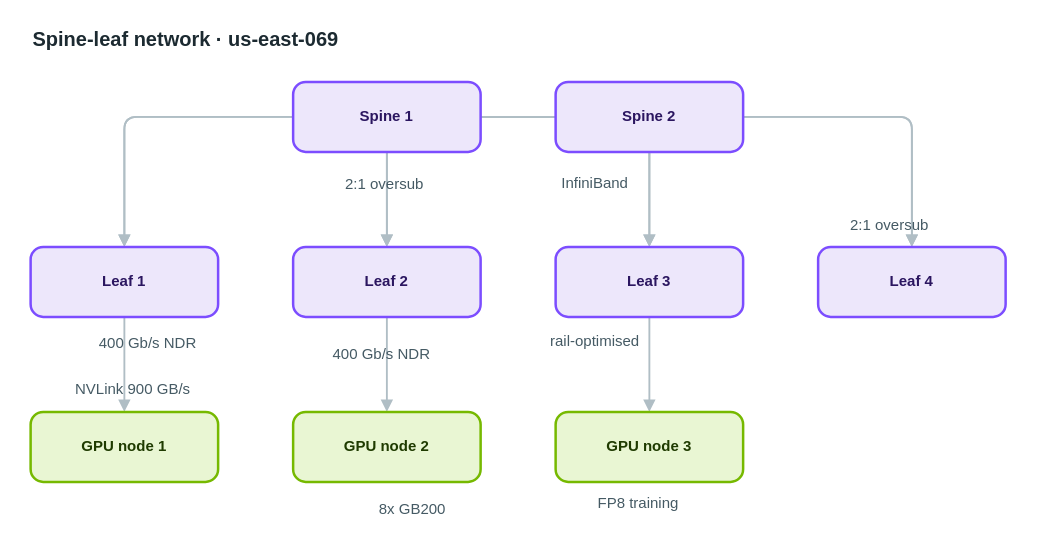
Before: apps/web/public/samples/library/069-spine-leaf-network.drawio in AryanG01/open-apprentice, a draw.io diagram. Source tidied: cells renumbered, new cells numbered last; positions are measured from the earlier drawing's top-left corner, leaving out a move shared by most shapes. Both pictures are drawn from the tidied source at 125%, with x=0, y=0 at pixel (30, 21).
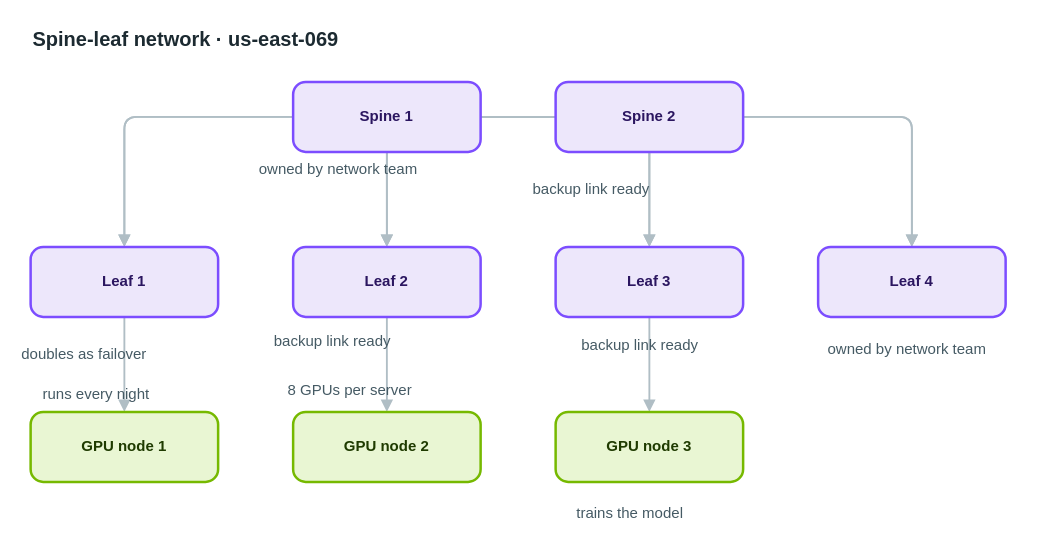
The same diagram, later.

The edit, as a diff of the source:
```diff
@@
-    <mxCell id="23" value="2:1 oversub" style="text;html=1;align=left;verticalAlign=top;whiteSpace=nowrap;spacing=0;spacingTop=0;strokeColor=none;fillColor=none;fontSize=12;fontColor=#455a64;" parent="1" vertex="1">
-      <mxGeometry x="252" y="118" width="89" height="20" as="geometry" />
+    <mxCell id="23" value="owned by network team" style="text;html=1;align=left;verticalAlign=top;whiteSpace=nowrap;spacing=0;spacingTop=0;strokeColor=none;fillColor=none;fontSize=12;fontColor=#455a64;" parent="1" vertex="1">
+      <mxGeometry x="183" y="106" width="159" height="20" as="geometry" />
     </mxCell>
-    <mxCell id="24" value="InfiniBand" style="text;html=1;align=left;verticalAlign=top;whiteSpace=nowrap;spacing=0;spacingTop=0;strokeColor=none;fillColor=none;fontSize=12;fontColor=#455a64;" parent="1" vertex="1">
-      <mxGeometry x="425" y="117" width="82" height="20" as="geometry" />
+    <mxCell id="24" value="backup link ready" style="text;html=1;align=left;verticalAlign=top;whiteSpace=nowrap;spacing=0;spacingTop=0;strokeColor=none;fillColor=none;fontSize=12;fontColor=#455a64;" parent="1" vertex="1">
+      <mxGeometry x="402" y="122" width="131" height="20" as="geometry" />
     </mxCell>
-    <mxCell id="25" value="400 Gb/s NDR" style="text;html=1;align=left;verticalAlign=top;whiteSpace=nowrap;spacing=0;spacingTop=0;strokeColor=none;fillColor=none;fontSize=12;fontColor=#455a64;" parent="1" vertex="1">
-      <mxGeometry x="55" y="245" width="96" height="20" as="geometry" />
+    <mxCell id="25" value="doubles as failover" style="text;html=1;align=left;verticalAlign=top;whiteSpace=nowrap;spacing=0;spacingTop=0;strokeColor=none;fillColor=none;fontSize=12;fontColor=#455a64;" parent="1" vertex="1">
+      <mxGeometry x="-7" y="254" width="145" height="20" as="geometry" />
     </mxCell>
-    <mxCell id="26" value="400 Gb/s NDR" style="text;html=1;align=left;verticalAlign=top;whiteSpace=nowrap;spacing=0;spacingTop=0;strokeColor=none;fillColor=none;fontSize=12;fontColor=#455a64;" parent="1" vertex="1">
-      <mxGeometry x="242" y="254" width="96" height="20" as="geometry" />
+    <mxCell id="26" value="backup link ready" style="text;html=1;align=left;verticalAlign=top;whiteSpace=nowrap;spacing=0;spacingTop=0;strokeColor=none;fillColor=none;fontSize=12;fontColor=#455a64;" parent="1" vertex="1">
+      <mxGeometry x="195" y="244" width="131" height="20" as="geometry" />
     </mxCell>
-    <mxCell id="27" value="rail-optimised" style="text;html=1;align=left;verticalAlign=top;whiteSpace=nowrap;spacing=0;spacingTop=0;strokeColor=none;fillColor=none;fontSize=12;fontColor=#455a64;" parent="1" vertex="1">
-      <mxGeometry x="416" y="244" width="110" height="20" as="geometry" />
+    <mxCell id="27" value="backup link ready" style="text;html=1;align=left;verticalAlign=top;whiteSpace=nowrap;spacing=0;spacingTop=0;strokeColor=none;fillColor=none;fontSize=12;fontColor=#455a64;" parent="1" vertex="1">
+      <mxGeometry x="441" y="247" width="131" height="20" as="geometry" />
     </mxCell>
-    <mxCell id="28" value="2:1 oversub" style="text;html=1;align=left;verticalAlign=top;whiteSpace=nowrap;spacing=0;spacingTop=0;strokeColor=none;fillColor=none;fontSize=12;fontColor=#455a64;" parent="1" vertex="1">
-      <mxGeometry x="656" y="151" width="89" height="20" as="geometry" />
+    <mxCell id="28" value="owned by network team" style="text;html=1;align=left;verticalAlign=top;whiteSpace=nowrap;spacing=0;spacingTop=0;strokeColor=none;fillColor=none;fontSize=12;fontColor=#455a64;" parent="1" vertex="1">
+      <mxGeometry x="638" y="250" width="159" height="20" as="geometry" />
     </mxCell>
-    <mxCell id="29" value="NVLink 900 GB/s" style="text;html=1;align=left;verticalAlign=top;whiteSpace=nowrap;spacing=0;spacingTop=0;strokeColor=none;fillColor=none;fontSize=12;fontColor=#455a64;" parent="1" vertex="1">
-      <mxGeometry x="36" y="282" width="117" height="20" as="geometry" />
+    <mxCell id="29" value="runs every night" style="text;html=1;align=left;verticalAlign=top;whiteSpace=nowrap;spacing=0;spacingTop=0;strokeColor=none;fillColor=none;fontSize=12;fontColor=#455a64;" parent="1" vertex="1">
+      <mxGeometry x="10" y="286" width="124" height="20" as="geometry" />
     </mxCell>
-    <mxCell id="30" value="8x GB200" style="text;html=1;align=left;verticalAlign=top;whiteSpace=nowrap;spacing=0;spacingTop=0;strokeColor=none;fillColor=none;fontSize=12;fontColor=#455a64;" parent="1" vertex="1">
-      <mxGeometry x="279" y="378" width="68" height="20" as="geometry" />
+    <mxCell id="30" value="8 GPUs per server" style="text;html=1;align=left;verticalAlign=top;whiteSpace=nowrap;spacing=0;spacingTop=0;strokeColor=none;fillColor=none;fontSize=12;fontColor=#455a64;" parent="1" vertex="1">
+      <mxGeometry x="206" y="283" width="131" height="20" as="geometry" />
     </mxCell>
-    <mxCell id="31" value="FP8 training" style="text;html=1;align=left;verticalAlign=top;whiteSpace=nowrap;spacing=0;spacingTop=0;strokeColor=none;fillColor=none;fontSize=12;fontColor=#455a64;" parent="1" vertex="1">
-      <mxGeometry x="454" y="373" width="96" height="20" as="geometry" />
+    <mxCell id="31" value="trains the model" style="text;html=1;align=left;verticalAlign=top;whiteSpace=nowrap;spacing=0;spacingTop=0;strokeColor=none;fillColor=none;fontSize=12;fontColor=#455a64;" parent="1" vertex="1">
+      <mxGeometry x="437" y="381" width="124" height="20" as="geometry" />
     </mxCell>
```
